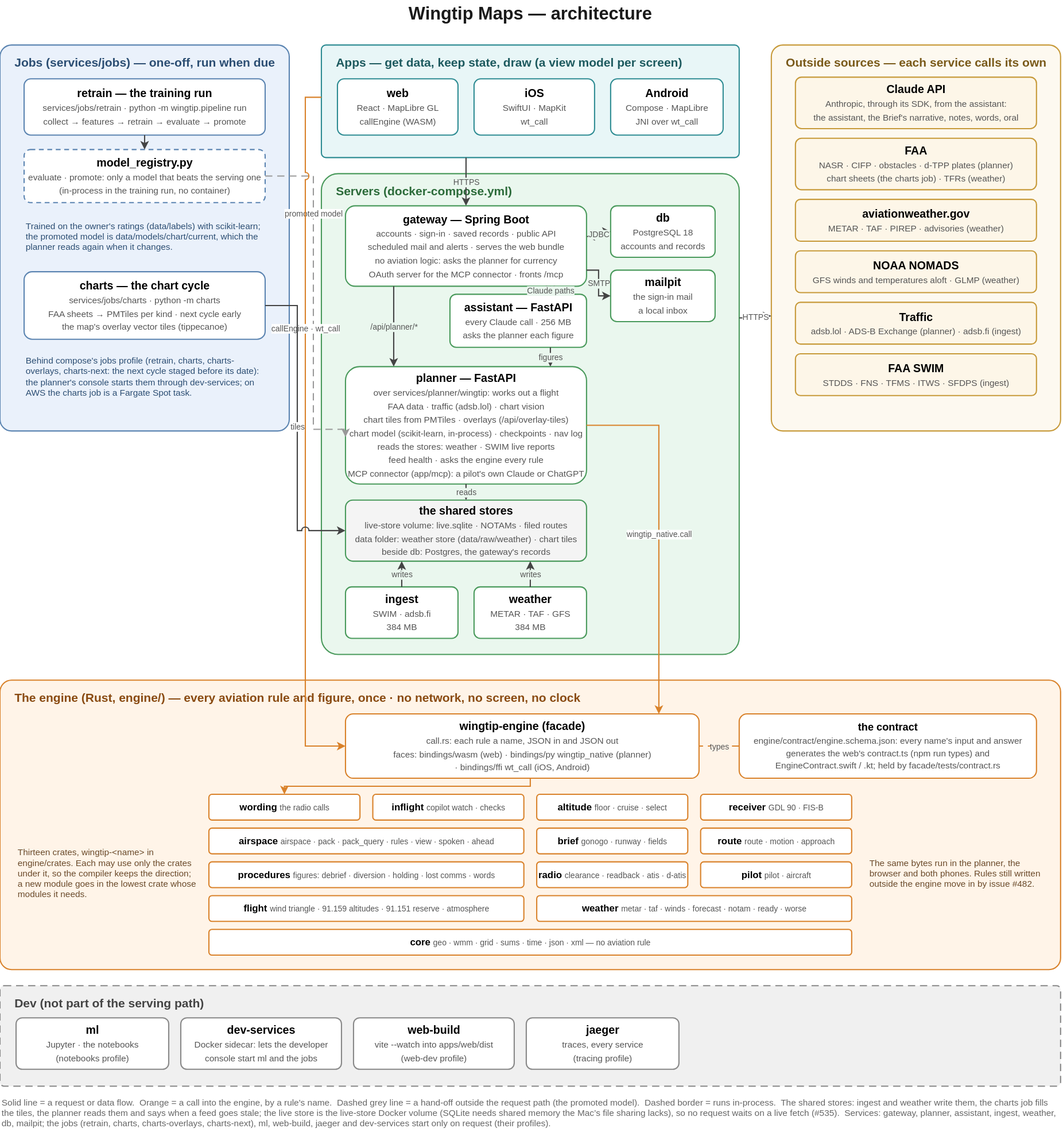
The draw.io diagram docs/architecture-current.svg in asdaq-samir/wingtip, before a commit. Source tidied: cells renumbered, new cells last; positions are measured from the earlier drawing's top-left corner, leaving out a move shared by most shapes.
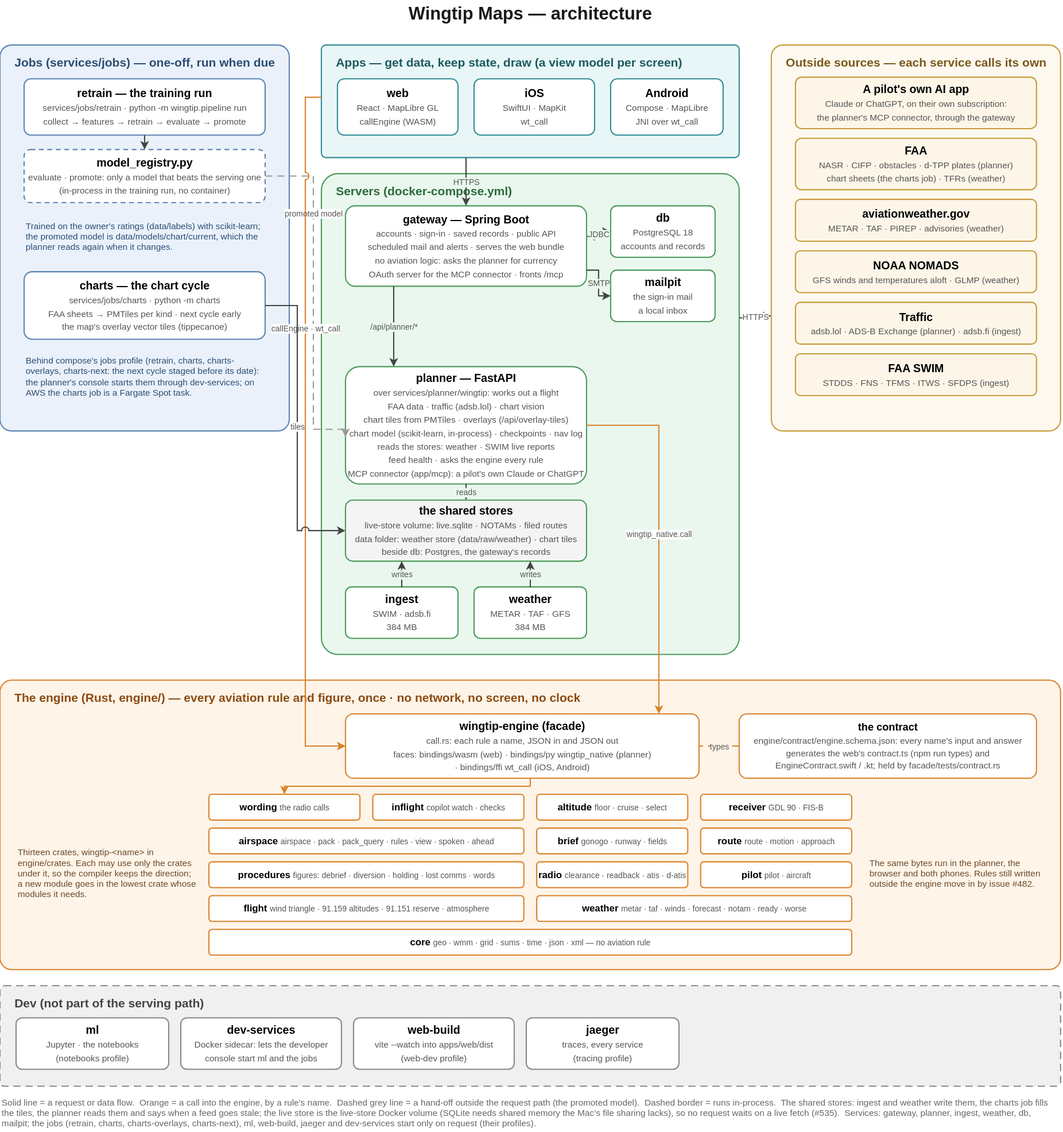
Later version of the same file.

Change to the diagram source:
```diff
@@ -59,9 +59,6 @@
     <mxCell id="20" value="&lt;b&gt;planner — FastAPI&lt;/b&gt;&lt;br&gt;&lt;span style=&quot;font-size:11px;color:#555555;&quot;&gt;over services/planner/wingtip: works out a flight&lt;/span&gt;&lt;br&gt;&lt;span style=&quot;font-size:11px;color:#555555;&quot;&gt;FAA data · traffic (adsb.lol) · chart vision&lt;/span&gt;&lt;br&gt;&lt;span style=&quot;font-size:11px;color:#555555;&quot;&gt;chart tiles from PMTiles · overlays (/api/overlay-tiles)&lt;/span&gt;&lt;br&gt;&lt;span style=&quot;font-size:11px;color:#555555;&quot;&gt;chart model (scikit-learn, in-process) · checkpoints · nav log&lt;/span&gt;&lt;br&gt;&lt;span style=&quot;font-size:11px;color:#555555;&quot;&gt;reads the stores: weather · SWIM live reports&lt;/span&gt;&lt;br&gt;&lt;span style=&quot;font-size:11px;color:#555555;&quot;&gt;feed health · asks the engine every rule&lt;/span&gt;&lt;br&gt;&lt;span style=&quot;font-size:11px;color:#555555;&quot;&gt;MCP connector (app/mcp): a pilot's own Claude or ChatGPT&lt;/span&gt;" style="rounded=1;arcSize=12;whiteSpace=wrap;html=1;fillColor=#FFFFFF;strokeColor=#4A9A5C;strokeWidth=1.5;fontSize=14;" parent="1" vertex="1">
       <mxGeometry x="430" y="456" width="300" height="146" as="geometry" />
     </mxCell>
-    <mxCell id="21" value="&lt;b&gt;assistant — FastAPI&lt;/b&gt;&lt;br&gt;&lt;span style=&quot;font-size:11px;color:#555555;&quot;&gt;every Claude call · 256 MB&lt;/span&gt;&lt;br&gt;&lt;span style=&quot;font-size:11px;color:#555555;&quot;&gt;asks the planner each figure&lt;/span&gt;" style="rounded=1;arcSize=12;whiteSpace=wrap;html=1;fillColor=#FFFFFF;strokeColor=#4A9A5C;strokeWidth=1.5;fontSize=14;" parent="1" vertex="1">
-      <mxGeometry x="560" y="366" width="170" height="66" as="geometry" />
-    </mxCell>
     <mxCell id="22" value="&lt;b&gt;the shared stores&lt;/b&gt;&lt;br&gt;&lt;span style=&quot;font-size:11px;color:#555555;&quot;&gt;live-store volume: live.sqlite · NOTAMs · filed routes&lt;/span&gt;&lt;br&gt;&lt;span style=&quot;font-size:11px;color:#555555;&quot;&gt;data folder: weather store (data/raw/weather) · chart tiles&lt;/span&gt;&lt;br&gt;&lt;span style=&quot;font-size:11px;color:#555555;&quot;&gt;beside db: Postgres, the gateway's records&lt;/span&gt;" style="rounded=1;arcSize=12;whiteSpace=wrap;html=1;fillColor=#F4F4F4;strokeColor=#4A9A5C;strokeWidth=1.5;fontSize=14;" parent="1" vertex="1">
       <mxGeometry x="430" y="622" width="300" height="76" as="geometry" />
     </mxCell>
@@ -71,9 +68,9 @@
     <mxCell id="24" value="&lt;b&gt;weather&lt;/b&gt;&lt;br&gt;&lt;span style=&quot;font-size:11px;color:#555555;&quot;&gt;METAR · TAF · GFS&lt;/span&gt;&lt;br&gt;&lt;span style=&quot;font-size:11px;color:#555555;&quot;&gt;384 MB&lt;/span&gt;" style="rounded=1;arcSize=12;whiteSpace=wrap;html=1;fillColor=#FFFFFF;strokeColor=#4A9A5C;strokeWidth=1.5;fontSize=14;" parent="1" vertex="1">
       <mxGeometry x="590" y="730" width="140" height="64" as="geometry" />
     </mxCell>
-    <mxCell id="25" value="&lt;b&gt;Claude API&lt;/b&gt;&lt;br&gt;&lt;span style=&quot;font-size:11px;color:#555555;&quot;&gt;Anthropic, through its SDK, from the assistant:&lt;/span&gt;&lt;br&gt;&lt;span style=&quot;font-size:11px;color:#555555;&quot;&gt;the assistant, the Brief's narrative, notes, words, oral&lt;/span&gt;" style="rounded=1;arcSize=12;whiteSpace=wrap;html=1;fillColor=#FDF6E8;strokeColor=#C79A3A;strokeWidth=1.5;fontSize=14;" parent="1" vertex="1">
-      <mxGeometry x="990" y="96" width="300" height="64" as="geometry" />
-    </mxCell>
+    <mxCell id="70" value="&lt;b&gt;A pilot's own AI app&lt;/b&gt;&lt;br&gt;&lt;span style=&quot;font-size:11px;color:#555555;&quot;&gt;Claude or ChatGPT, on their own subscription:&lt;/span&gt;&lt;br&gt;&lt;span style=&quot;font-size:11px;color:#555555;&quot;&gt;the planner's MCP connector, through the gateway&lt;/span&gt;" style="rounded=1;arcSize=12;whiteSpace=wrap;html=1;fillColor=#FDF6E8;strokeColor=#C79A3A;strokeWidth=1.5;fontSize=14;" parent="1" vertex="1">
+      <mxGeometry x="990" y="96" width="300" height="64" as="geometry" />
+    </mxCell>
     <mxCell id="26" value="&lt;b&gt;FAA&lt;/b&gt;&lt;br&gt;&lt;span style=&quot;font-size:11px;color:#555555;&quot;&gt;NASR · CIFP · obstacles · d-TPP plates (planner)&lt;/span&gt;&lt;br&gt;&lt;span style=&quot;font-size:11px;color:#555555;&quot;&gt;chart sheets (the charts job) · TFRs (weather)&lt;/span&gt;" style="rounded=1;arcSize=12;whiteSpace=wrap;html=1;fillColor=#FDF6E8;strokeColor=#C79A3A;strokeWidth=1.5;fontSize=14;" parent="1" vertex="1">
       <mxGeometry x="990" y="172" width="300" height="64" as="geometry" />
     </mxCell>
@@ -195,12 +192,6 @@
     <mxCell id="62" value="types" style="edgeStyle=orthogonalEdgeStyle;rounded=0;html=1;jumpStyle=arc;jumpSize=8;strokeColor=#D9822B;strokeWidth=1.5;exitX=0.0000;exitY=0.5000;exitDx=0;exitDy=0;entryX=1.0000;entryY=0.5000;entryDx=0;entryDy=0;fontSize=10;fontColor=#555555;labelBackgroundColor=#FFF4E8;endArrow=classic;endFill=1;endArrow=none;dashed=1;dashPattern=6 4;" parent="1" edge="1" source="32" target="31">
       <mxGeometry relative="1" as="geometry" />
     </mxCell>
-    <mxCell id="63" value="Claude paths" style="edgeStyle=orthogonalEdgeStyle;rounded=0;html=1;jumpStyle=arc;jumpSize=8;strokeColor=#444444;strokeWidth=1.5;exitX=0.8500;exitY=1.0000;exitDx=0;exitDy=0;entryX=0.7353;entryY=0.0000;entryDx=0;entryDy=0;fontSize=10;fontColor=#555555;labelBackgroundColor=#EAF7EE;endArrow=classic;endFill=1;" parent="1" edge="1" source="17" target="21">
-      <mxGeometry relative="1" as="geometry" />
-    </mxCell>
-    <mxCell id="64" value="figures" style="edgeStyle=orthogonalEdgeStyle;rounded=0;html=1;jumpStyle=arc;jumpSize=8;strokeColor=#444444;strokeWidth=1.5;exitX=0.7353;exitY=1.0000;exitDx=0;exitDy=0;entryX=0.8500;entryY=0.0000;entryDx=0;entryDy=0;fontSize=10;fontColor=#555555;labelBackgroundColor=#EAF7EE;endArrow=classic;endFill=1;" parent="1" edge="1" source="21" target="20">
-      <mxGeometry relative="1" as="geometry" />
-    </mxCell>
     <mxCell id="65" value="reads" style="edgeStyle=orthogonalEdgeStyle;rounded=0;html=1;jumpStyle=arc;jumpSize=8;strokeColor=#444444;strokeWidth=1.5;exitX=0.5000;exitY=1.0000;exitDx=0;exitDy=0;entryX=0.5000;entryY=0.0000;entryDx=0;entryDy=0;fontSize=10;fontColor=#555555;labelBackgroundColor=#EAF7EE;endArrow=classic;endFill=1;" parent="1" edge="1" source="20" target="22">
       <mxGeometry relative="1" as="geometry" />
     </mxCell>
@@ -218,7 +209,7 @@
         </Array>
       </mxGeometry>
     </mxCell>
-    <mxCell id="69" value="Solid line = a request or data flow.&amp;nbsp; Orange = a call into the engine, by a rule's name.&amp;nbsp; Dashed grey line = a hand-off outside the request path (the promoted model).&amp;nbsp; Dashed border = runs in-process.&amp;nbsp; The shared stores: ingest and weather write them, the charts job fills the tiles, the planner reads them and says when a feed goes stale; the live store is the live-store Docker volume (SQLite needs shared memory the Mac’s file sharing lacks), so no request waits on a live fetch (#535).&amp;nbsp; Services: gateway, planner, assistant, ingest, weather, db, mailpit; the jobs (retrain, charts, charts-overlays, charts-next), ml, web-build, jaeger and dev-services start only on request (their profiles)." style="text;html=1;whiteSpace=wrap;align=left;verticalAlign=middle;fontSize=11;fontColor=#666666;" parent="1" vertex="1">
+    <mxCell id="69" value="Solid line = a request or data flow.&amp;nbsp; Orange = a call into the engine, by a rule's name.&amp;nbsp; Dashed grey line = a hand-off outside the request path (the promoted model).&amp;nbsp; Dashed border = runs in-process.&amp;nbsp; The shared stores: ingest and weather write them, the charts job fills the tiles, the planner reads them and says when a feed goes stale; the live store is the live-store Docker volume (SQLite needs shared memory the Mac’s file sharing lacks), so no request waits on a live fetch (#535).&amp;nbsp; Services: gateway, planner, ingest, weather, db, mailpit; the jobs (retrain, charts, charts-overlays, charts-next), ml, web-build, jaeger and dev-services start only on request (their profiles)." style="text;html=1;whiteSpace=wrap;align=left;verticalAlign=middle;fontSize=11;fontColor=#666666;" parent="1" vertex="1">
       <mxGeometry y="1361" width="1320" height="46" as="geometry" />
     </mxCell>
   </root>
```
